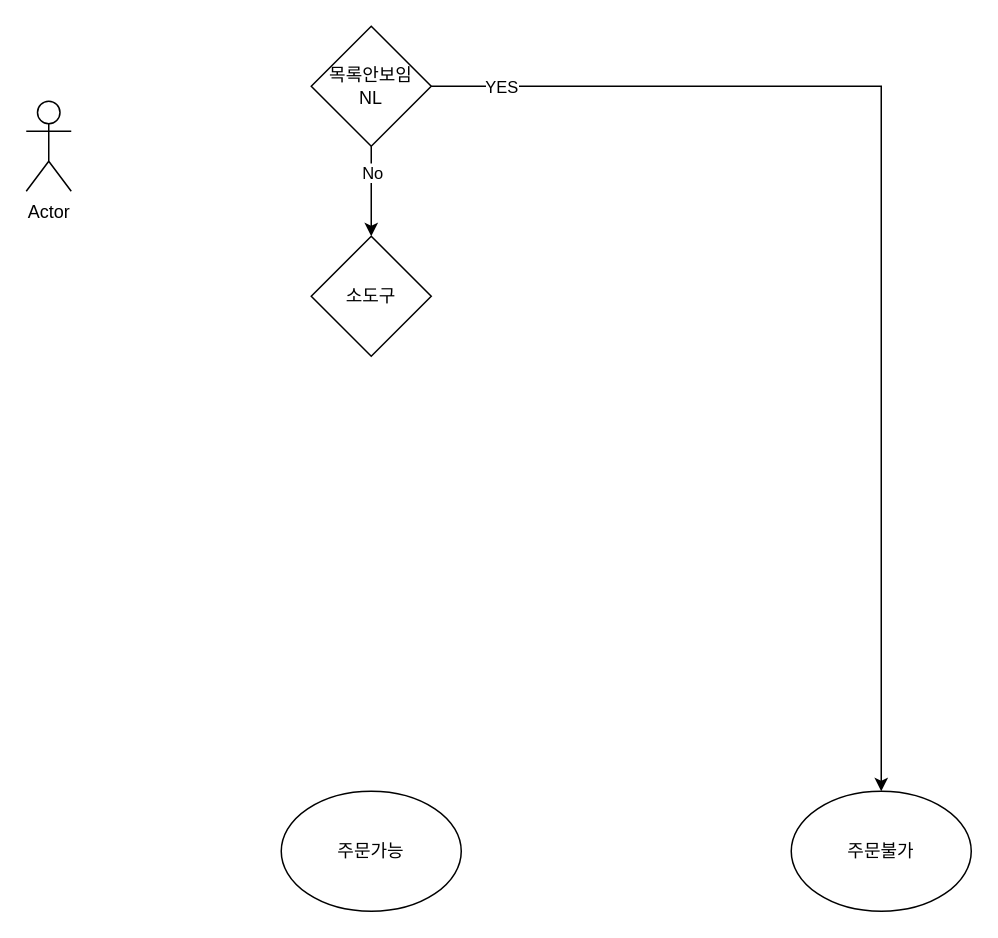
organization-hyun/memorization keeps this draw.io diagram as 제목 없는 다이어그램.drawio. Above is the earlier version. Source tidied: cells renumbered, new cells numbered last; positions are measured from the earlier drawing's top-left corner, leaving out a move shared by most shapes. Both pictures are drawn from the tidied source at 150%, with x=0, y=0 at pixel (26, 26).
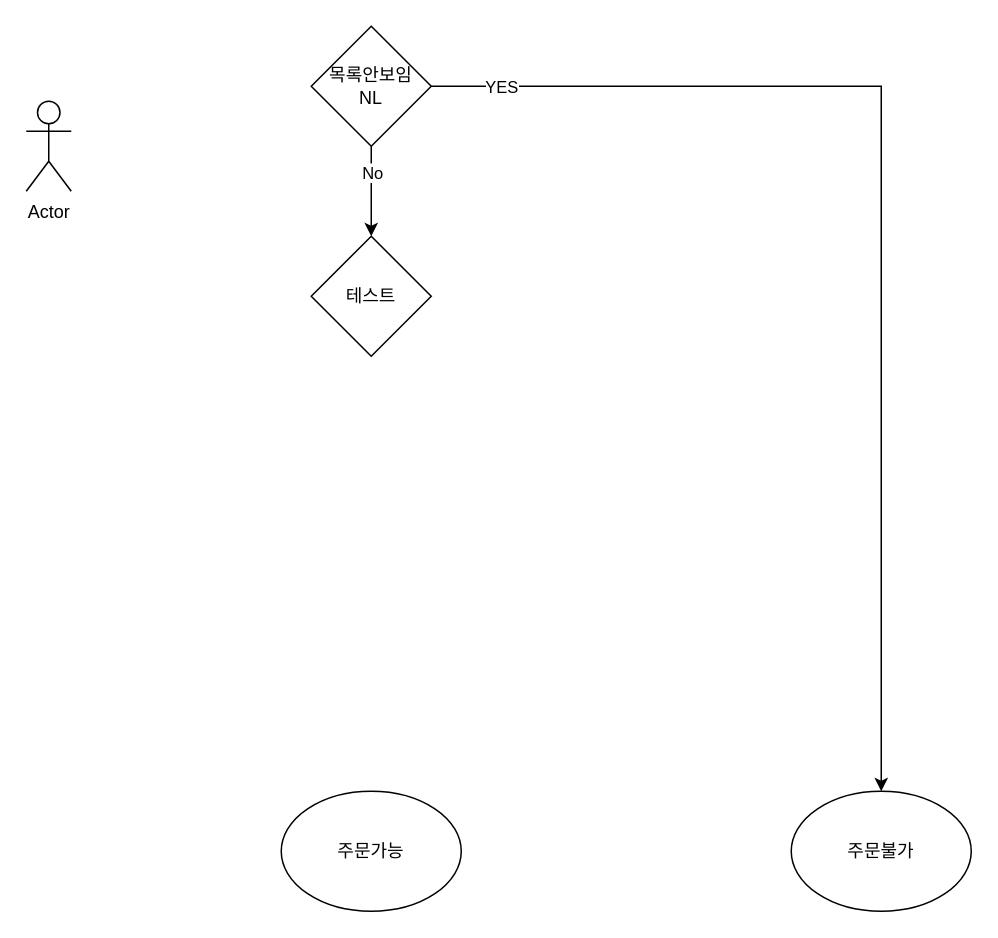
After the change.

Commit message:
제목 없는 다이어그램.drawio 업데이트

The edit, as a diff of the source:
```diff
@@
 <mxGraphModel>
   <root>
     <mxCell id="0" />
     <mxCell id="1" parent="0" />
     <mxCell id="2" value="목록안보임&lt;br&gt;NL" style="rhombus;whiteSpace=wrap;html=1;" parent="1" vertex="1">
       <mxGeometry x="190" width="80" height="80" as="geometry" />
     </mxCell>
     <mxCell id="3" value="주문불가" style="ellipse;whiteSpace=wrap;html=1;" parent="1" vertex="1">
       <mxGeometry x="510" y="510" width="120" height="80" as="geometry" />
     </mxCell>
     <mxCell id="4" value="주문가능" style="ellipse;whiteSpace=wrap;html=1;" parent="1" vertex="1">
       <mxGeometry x="170" y="510" width="120" height="80" as="geometry" />
     </mxCell>
     <mxCell id="5" style="endArrow=classic;html=1;rounded=0;entryX=0.5;entryY=0;entryDx=0;entryDy=0;" parent="1" edge="1" target="3">
       <mxGeometry relative="1" as="geometry">
         <mxPoint x="270" y="40" as="sourcePoint" />
         <Array as="points">
           <mxPoint x="570" y="40" />
         </Array>
       </mxGeometry>
     </mxCell>
     <mxCell id="6" value="YES" style="edgeLabel;html=1;align=center;verticalAlign=middle;" parent="5" vertex="1">
       <mxGeometry x="0.31" y="2" relative="1" as="geometry">
         <mxPoint x="-256" y="-204" as="offset" />
       </mxGeometry>
     </mxCell>
     <mxCell id="7" style="endArrow=classic;html=1;rounded=0;exitX=0.5;exitY=1;exitDx=0;exitDy=0;" parent="1" edge="1" source="2">
       <mxGeometry relative="1" as="geometry">
         <mxPoint x="230" y="140" as="targetPoint" />
       </mxGeometry>
     </mxCell>
     <mxCell id="8" value="No" style="edgeLabel;html=1;align=center;verticalAlign=middle;" parent="7" vertex="1">
       <mxGeometry x="-0.44" relative="1" as="geometry" />
     </mxCell>
-    <mxCell id="9" value="소도구" style="rhombus;whiteSpace=wrap;html=1;" parent="1" vertex="1">
+    <mxCell id="9" value="테스트" style="rhombus;whiteSpace=wrap;html=1;" parent="1" vertex="1">
       <mxGeometry x="190" y="140" width="80" height="80" as="geometry" />
     </mxCell>
     <mxCell id="10" value="Actor" style="shape=umlActor;verticalLabelPosition=bottom;verticalAlign=top;html=1;" parent="1" vertex="1">
       <mxGeometry y="50" width="30" height="60" as="geometry" />
     </mxCell>
   </root>
 </mxGraphModel>
```
